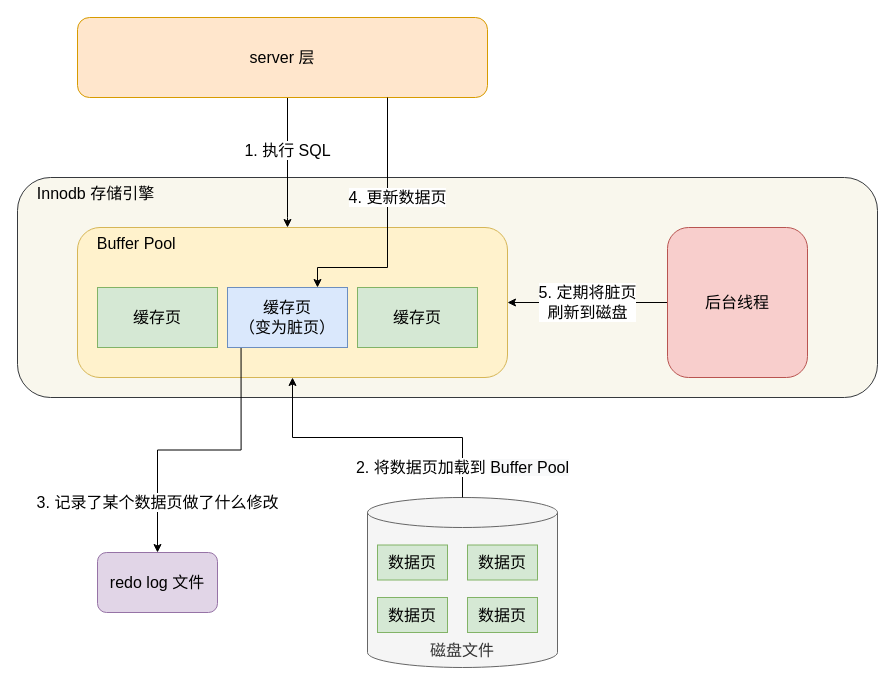
Earlier version of the draw.io diagram mysql/日志/wal.drawio (xiaolincoder/ImageHost4). Source tidied: cells renumbered, new cells numbered last; positions are measured from the earlier drawing's top-left corner, leaving out a move shared by most shapes. Both pictures are drawn from the tidied source at 100%, with x=0, y=0 at pixel (17, 17).
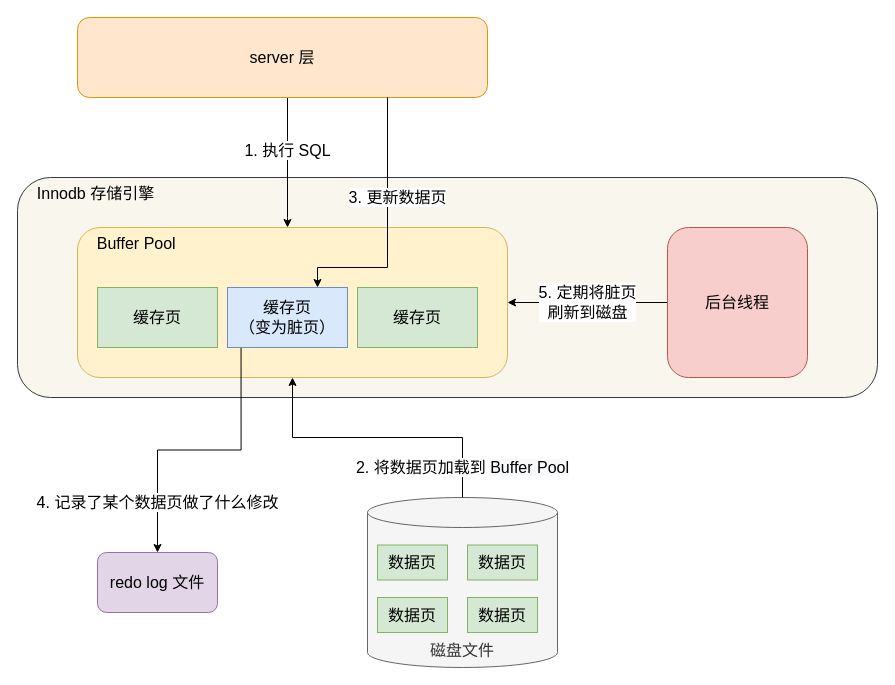
Above is the later version.

The change refers to these unchanged cells:
```xml
<mxCell id="8" value="缓存页&lt;br&gt;（变为脏页）" style="rounded=0;whiteSpace=wrap;html=1;fontSize=16;verticalAlign=middle;horizontal=1;fillColor=#dae8fc;strokeColor=#6c8ebf;" parent="1" vertex="1">
  <mxGeometry x="210" y="270" width="120" height="60" as="geometry" />
</mxCell>
<mxCell id="16" value="redo log 文件" style="rounded=1;whiteSpace=wrap;html=1;fontSize=16;fillColor=#e1d5e7;strokeColor=#9673a6;" parent="1" vertex="1">
  <mxGeometry x="80" y="535" width="120" height="60" as="geometry" />
</mxCell>
```

Change to the diagram source:
```diff
@@
-    <mxCell id="7" value="3. 记录了某个数据页做了什么修改" style="edgeStyle=orthogonalEdgeStyle;rounded=0;jettySize=auto;html=1;entryX=0.5;entryY=0;entryDx=0;entryDy=0;fontSize=16;exitX=0.113;exitY=0.983;exitDx=0;exitDy=0;exitPerimeter=0;" parent="1" edge="1" source="8" target="16">
+    <mxCell id="7" value="4. 记录了某个数据页做了什么修改" style="edgeStyle=orthogonalEdgeStyle;rounded=0;jettySize=auto;html=1;entryX=0.5;entryY=0;entryDx=0;entryDy=0;fontSize=16;exitX=0.113;exitY=0.983;exitDx=0;exitDy=0;exitPerimeter=0;" parent="1" edge="1" source="8" target="16">
       <mxGeometry x="0.66" relative="1" as="geometry" />
     </mxCell>
@@
-    <mxCell id="19" value="4. 更新数据页" style="edgeStyle=orthogonalEdgeStyle;rounded=0;jettySize=auto;html=1;fontSize=16;entryX=0.75;entryY=0;entryDx=0;entryDy=0;" parent="1" edge="1" target="8">
+    <mxCell id="19" value="3. 更新数据页" style="edgeStyle=orthogonalEdgeStyle;rounded=0;jettySize=auto;html=1;fontSize=16;entryX=0.75;entryY=0;entryDx=0;entryDy=0;" parent="1" edge="1" target="8">
       <mxGeometry x="-0.23" y="10" relative="1" as="geometry">
         <mxPoint x="370" y="80" as="sourcePoint" />
         <Array as="points">
           <mxPoint x="370" y="250" />
           <mxPoint x="300" y="250" />
         </Array>
       </mxGeometry>
     </mxCell>
```
